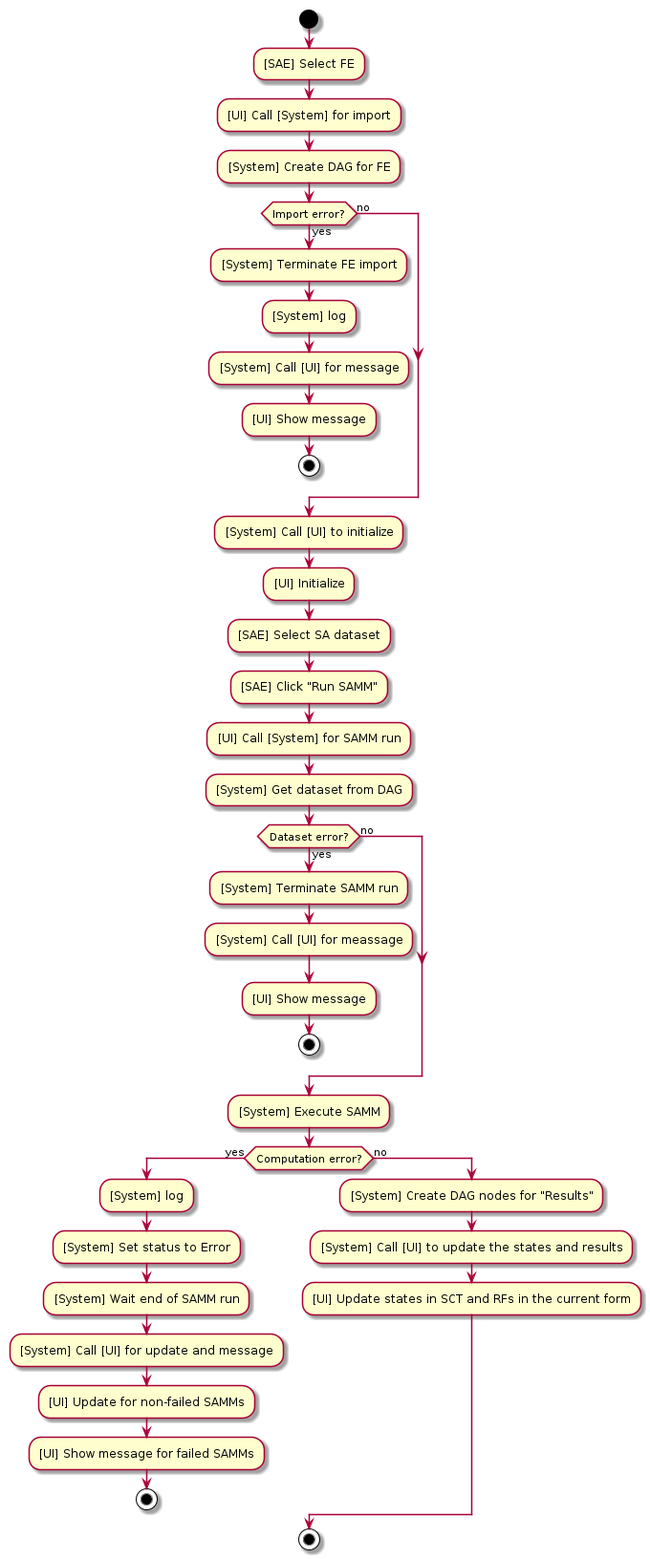
The PlantUML diagram uml/UC_01.png in BarisAlbayrakIEEE/StructuralAnalysis, before a commit.
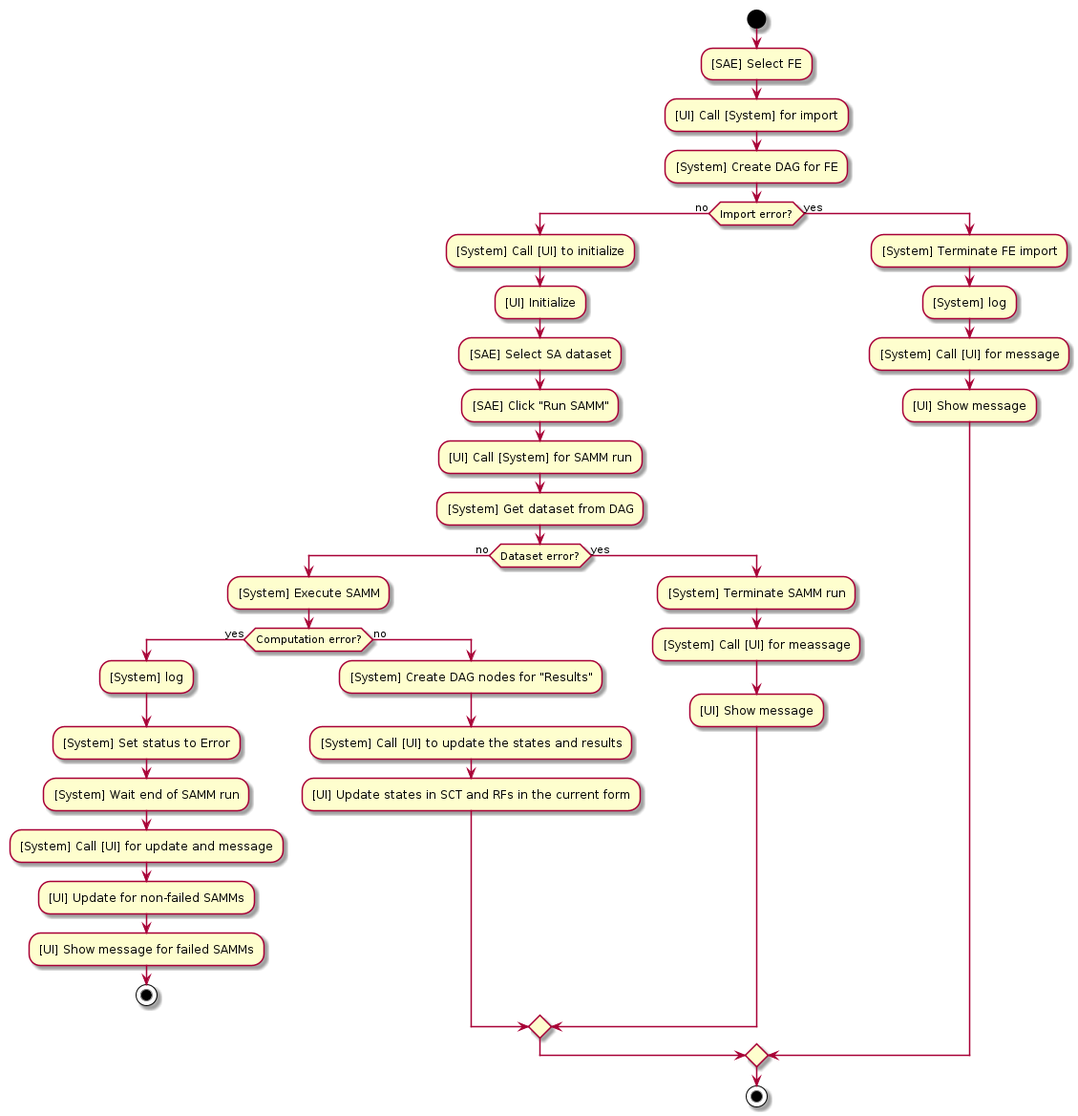
The same file after the commit.

The edit, as a diff of the source:
```diff
@@ -5,44 +5,40 @@
 :[UI] Call [System] for import;
 :[System] Create DAG for FE;
 
-if (Import error?) then (yes)
+if (Import error?) then (no)
+  :[System] Call [UI] to initialize;
+  :[UI] Initialize;
+  :[SAE] Select SA dataset;
+  :[SAE] Click "Run SAMM";
+  :[UI] Call [System] for SAMM run;
+  :[System] Get dataset from DAG;
+
+  if (Dataset error?) then (no)
+    :[System] Execute SAMM;
+
+    if (Computation error?) then (yes)
+      :[System] log;
+      :[System] Set status to Error;
+      :[System] Wait end of SAMM run;
+      :[System] Call [UI] for update and message;
+      :[UI] Update for non-failed SAMMs;
+      :[UI] Show message for failed SAMMs;
+      stop
+    else (no)
+      :[System] Create DAG nodes for "Results";
+      :[System] Call [UI] to update the states and results;
+      :[UI] Update states in SCT and RFs in the current form;
+    endif
+  else (yes)
+    :[System] Terminate SAMM run;
+    :[System] Call [UI] for meassage;
+    :[UI] Show message;
+  endif
+else (yes)
   :[System] Terminate FE import;
   :[System] log;
   :[System] Call [UI] for message;
   :[UI] Show message;
-  stop
-else (no)
-endif
-
-:[System] Call [UI] to initialize;
-:[UI] Initialize;
-:[SAE] Select SA dataset;
-:[SAE] Click "Run SAMM";
-:[UI] Call [System] for SAMM run;
-:[System] Get dataset from DAG;
-
-if (Dataset error?) then (yes)
-  :[System] Terminate SAMM run;
-  :[System] Call [UI] for meassage;
-  :[UI] Show message;
-  stop
-else (no)
-endif
-
-:[System] Execute SAMM;
-
-if (Computation error?) then (yes)
-  :[System] log;
-  :[System] Set status to Error;
-  :[System] Wait end of SAMM run;
-  :[System] Call [UI] for update and message;
-  :[UI] Update for non-failed SAMMs;
-  :[UI] Show message for failed SAMMs;
-  stop
-else (no)
-  :[System] Create DAG nodes for "Results";
-  :[System] Call [UI] to update the states and results;
-  :[UI] Update states in SCT and RFs in the current form;
 endif
 
 stop
```
